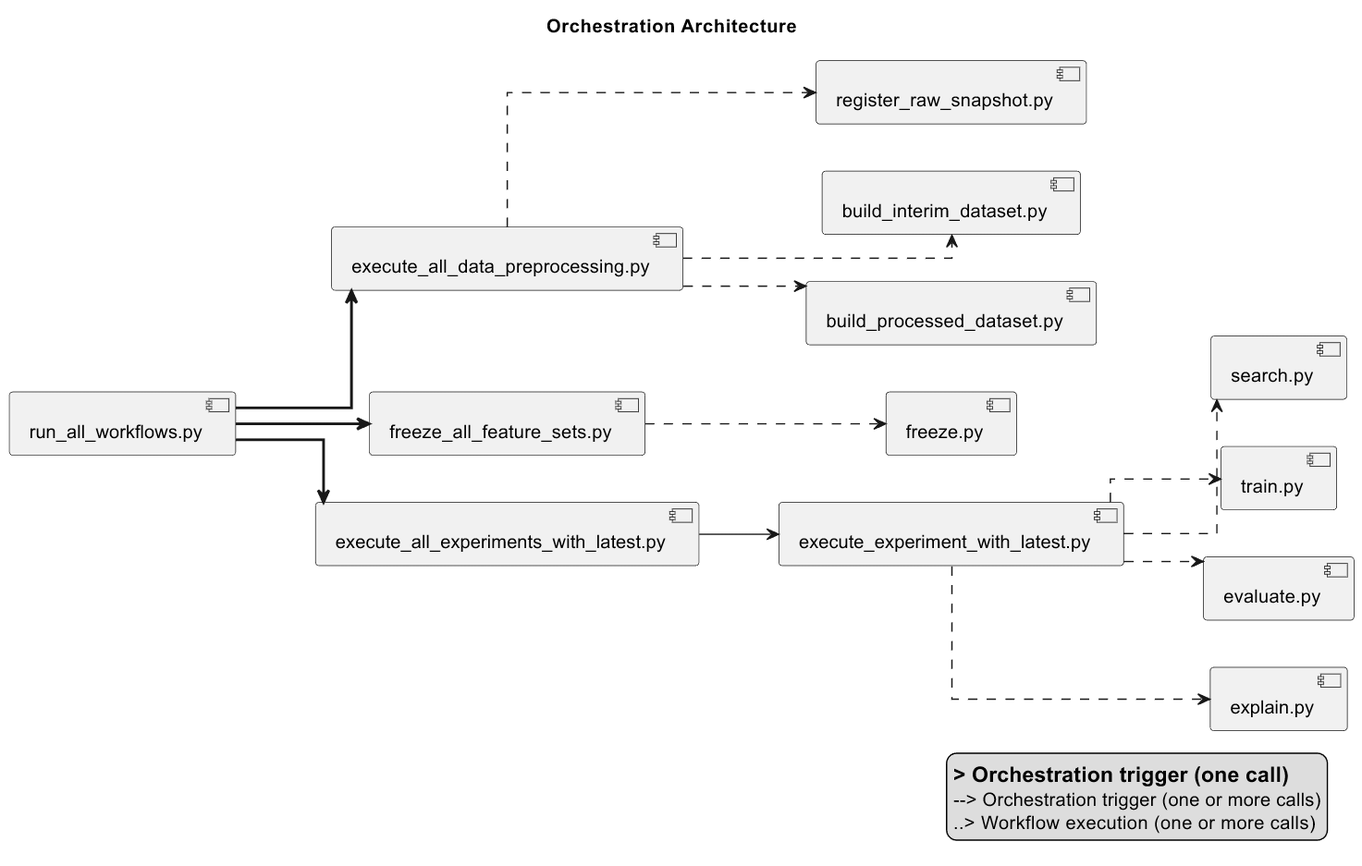
Before: docs/architecture/img/orchestration.png, a diagram exported from PlantUML (Sebastijan-Dominis/ml-workflow-engine). Its source is kept beside it as docs/architecture/uml/orchestration.puml. Source of this version:
```plantuml
@startuml Orchestration Architecture
title Orchestration Architecture
left to right direction

skinparam packageStyle rectangle
skinparam shadowing false
skinparam linetype ortho

skinparam package {
    BorderColor black
    BackgroundColor #f0f0f0
    Shadowing false
}

component run_all as "run_all_workflows.py"
component exec_data as "execute_all_data_preprocessing.py"
component freeze_all as "freeze_all_feature_sets.py"
component exec_exp as "execute_experiment_with_latest.py"
component exec_all_exp as "execute_all_experiments_with_latest.py"

component register_raw as "register_raw_snapshot.py"
component build_interim as "build_interim_dataset.py"
component build_processed as "build_processed_dataset.py"
component freeze as "freeze.py"
component search as "search.py"
component train as "train.py"
component evaluate as "evaluate.py"
component explain as "explain.py"

run_all ==> exec_data
run_all ==> freeze_all
run_all ==> exec_all_exp
exec_all_exp --> exec_exp

exec_data ..> register_raw
exec_data ..> build_interim
exec_data ..> build_processed

freeze_all ..> freeze

exec_exp ..> search
exec_exp ..> train
exec_exp ..> evaluate
exec_exp ..> explain

legend right
==>   Orchestration trigger (one call)
--> Orchestration trigger (one or more calls)
..>   Workflow execution (one or more calls)
endlegend

@enduml
```
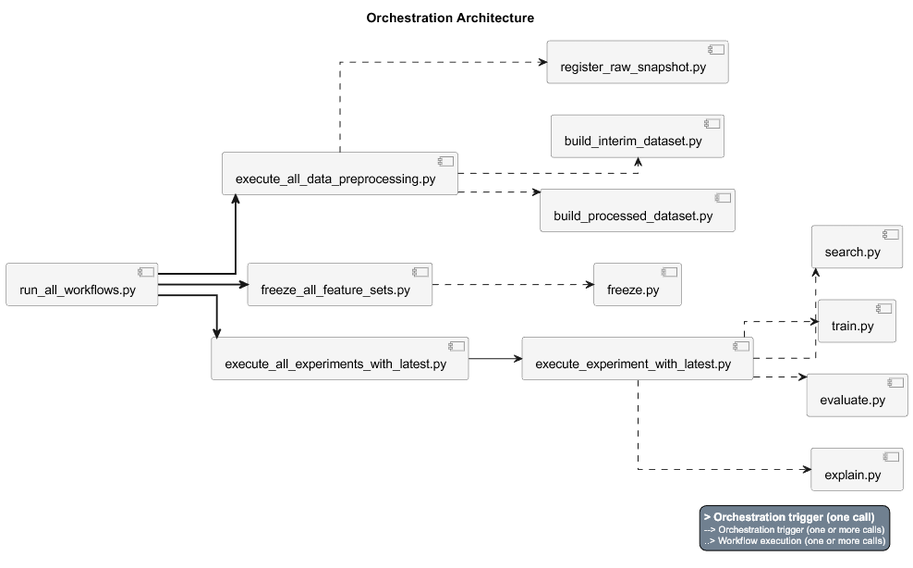
Above is the later version.

Change to the diagram source:
```diff
@@ -1,31 +1,26 @@
 @startuml Orchestration Architecture
 title Orchestration Architecture
+!include architecture-theme.puml
 left to right direction
 
 skinparam packageStyle rectangle
 skinparam shadowing false
 skinparam linetype ortho
 
-skinparam package {
-    BorderColor black
-    BackgroundColor #f0f0f0
-    Shadowing false
-}
+component run_all as "run_all_workflows.py" <<script>>
+component exec_data as "execute_all_data_preprocessing.py" <<script>>
+component freeze_all as "freeze_all_feature_sets.py" <<script>>
+component exec_exp as "execute_experiment_with_latest.py" <<script>>
+component exec_all_exp as "execute_all_experiments_with_latest.py" <<script>>
 
-component run_all as "run_all_workflows.py"
-component exec_data as "execute_all_data_preprocessing.py"
-component freeze_all as "freeze_all_feature_sets.py"
-component exec_exp as "execute_experiment_with_latest.py"
-component exec_all_exp as "execute_all_experiments_with_latest.py"
-
-component register_raw as "register_raw_snapshot.py"
-component build_interim as "build_interim_dataset.py"
-component build_processed as "build_processed_dataset.py"
-component freeze as "freeze.py"
-component search as "search.py"
-component train as "train.py"
-component evaluate as "evaluate.py"
-component explain as "explain.py"
+component register_raw as "register_raw_snapshot.py" <<script>>
+component build_interim as "build_interim_dataset.py" <<script>>
+component build_processed as "build_processed_dataset.py" <<script>>
+component freeze as "freeze.py" <<script>>
+component search as "search.py" <<script>>
+component train as "train.py" <<script>>
+component evaluate as "evaluate.py" <<script>>
+component explain as "explain.py" <<script>>
 
 run_all ==> exec_data
 run_all ==> freeze_all
```
